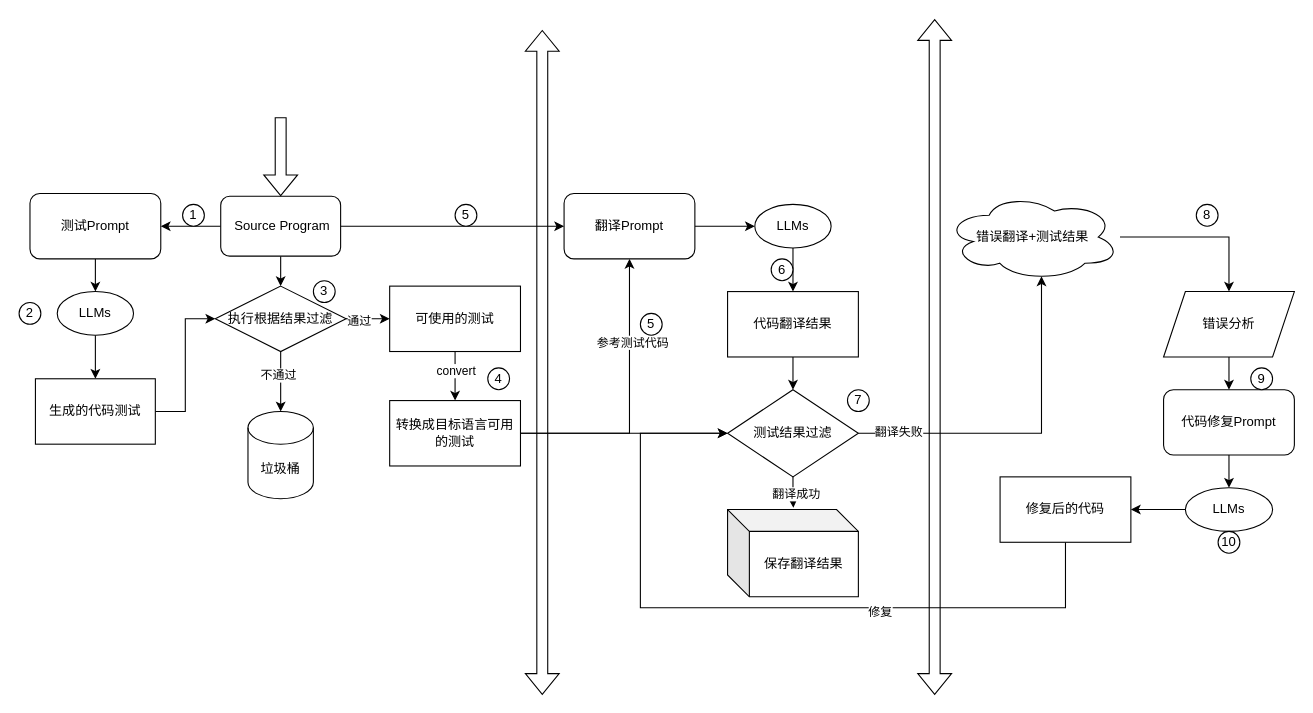
Above: 思维导图/my-design.drawio in SinzoL/- (draw.io), before the change. Source tidied: cells renumbered, new cells numbered last; positions are measured from the earlier drawing's top-left corner, leaving out a move shared by most shapes. Both pictures are drawn from the tidied source at 109%, with x=0, y=0 at pixel (19, 19).
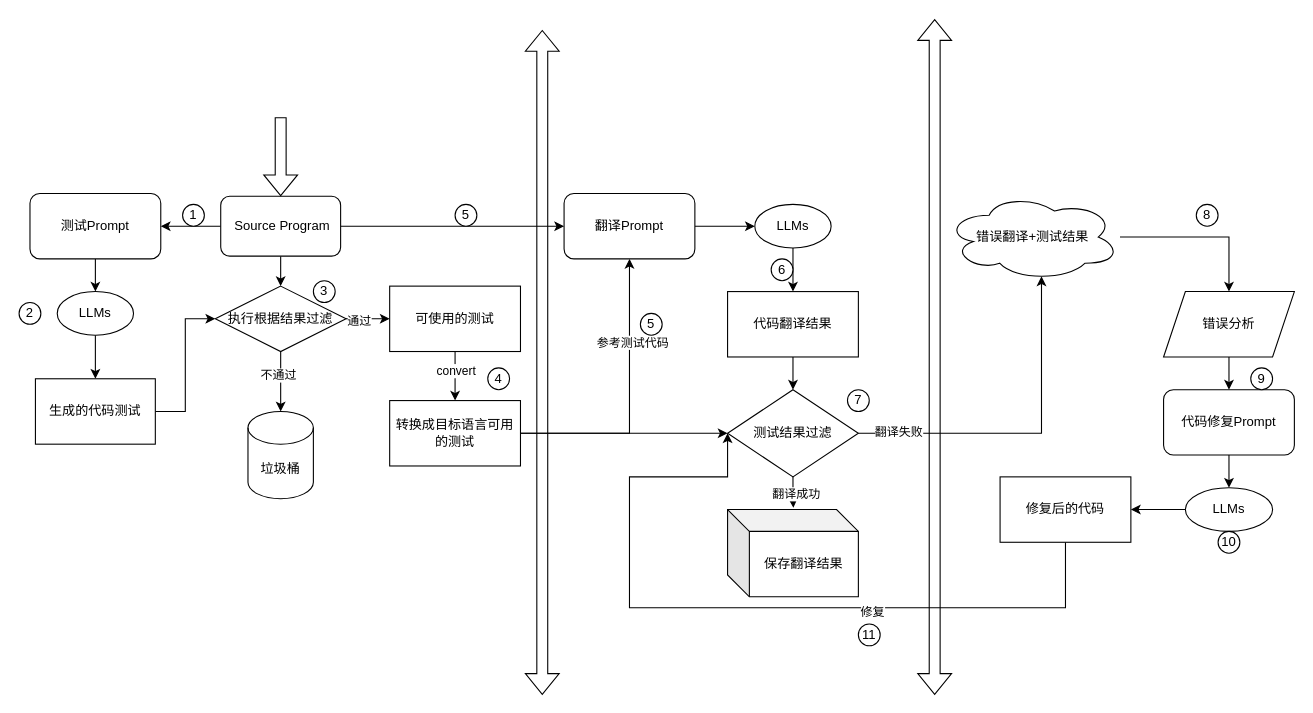
Above is the later version.

Unchanged cells that the change refers to:
```xml
<mxCell id="33" value="测试结果过滤" style="rhombus;whiteSpace=wrap;html=1;" parent="1" vertex="1">
  <mxGeometry x="650" y="340" width="120" height="80" as="geometry" />
</mxCell>
<mxCell id="48" value="修复后的代码" style="rounded=0;whiteSpace=wrap;html=1;" parent="1" vertex="1">
  <mxGeometry x="900" y="420" width="120" height="60" as="geometry" />
</mxCell>
```

The edit, as a diff of the source:
```diff
@@
     <mxCell id="46" style="edgeStyle=orthogonalEdgeStyle;rounded=0;jettySize=auto;html=1;entryX=0;entryY=0.5;entryDx=0;entryDy=0;" parent="1" edge="1" source="48" target="33">
       <mxGeometry relative="1" as="geometry">
         <Array as="points">
           <mxPoint x="960" y="540" />
-          <mxPoint x="570" y="540" />
-          <mxPoint x="570" y="380" />
+          <mxPoint x="560" y="540" />
+          <mxPoint x="560" y="420" />
+          <mxPoint x="650" y="420" />
         </Array>
       </mxGeometry>
     </mxCell>
@@
+    <mxCell id="62" value="11" style="ellipse;whiteSpace=wrap;html=1;" parent="1" vertex="1">
+      <mxGeometry x="770" y="555" width="20" height="20" as="geometry" />
+    </mxCell>
```
